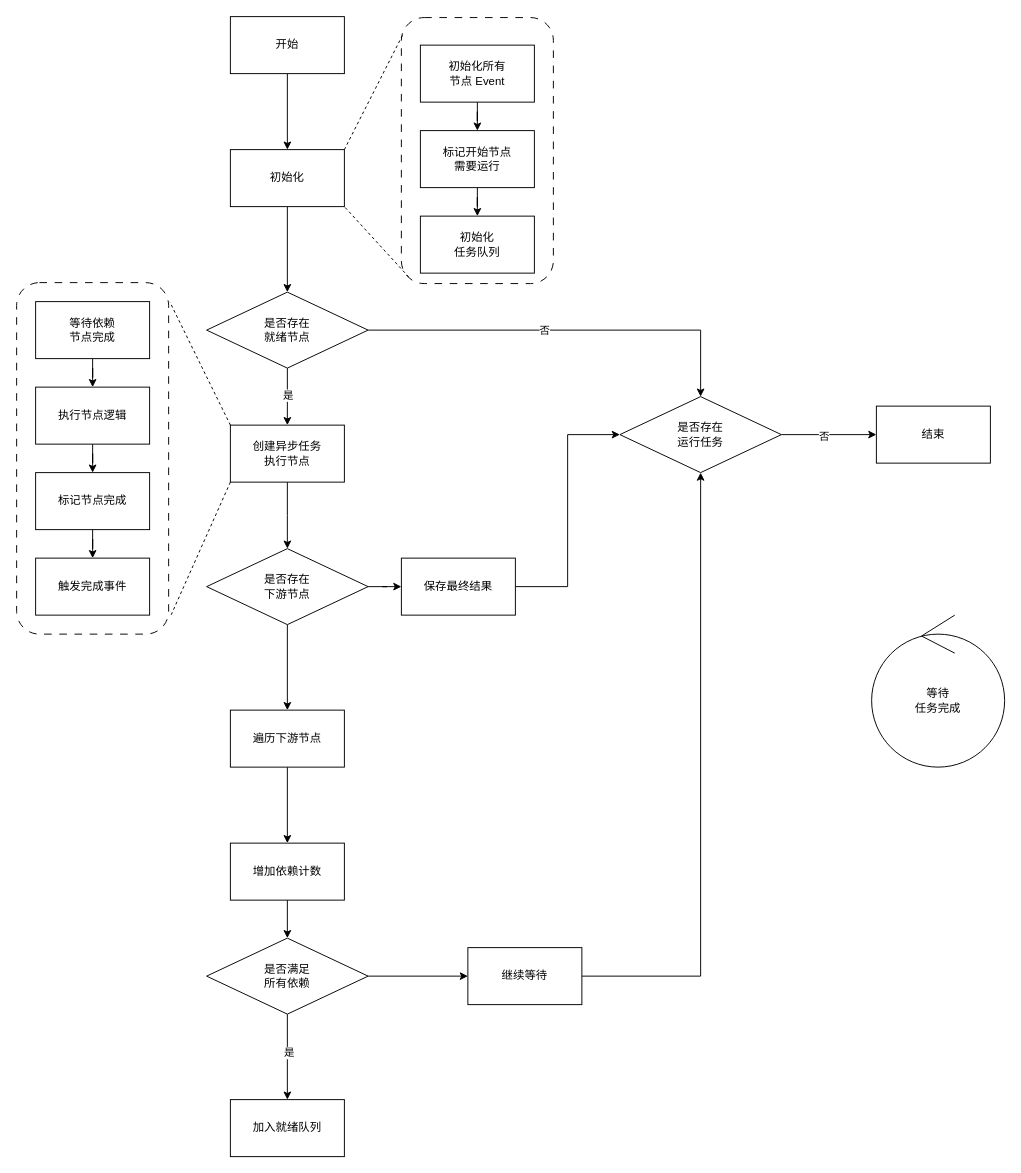
Earlier version of the draw.io diagram ED-BFS算法.drawio (huaxiaojilzg/workflow_draw). Source tidied: cells renumbered, new cells numbered last; positions are measured from the earlier drawing's top-left corner, leaving out a move shared by most shapes. Both pictures are drawn from the tidied source at 95%, with x=0, y=0 at pixel (16, 16).
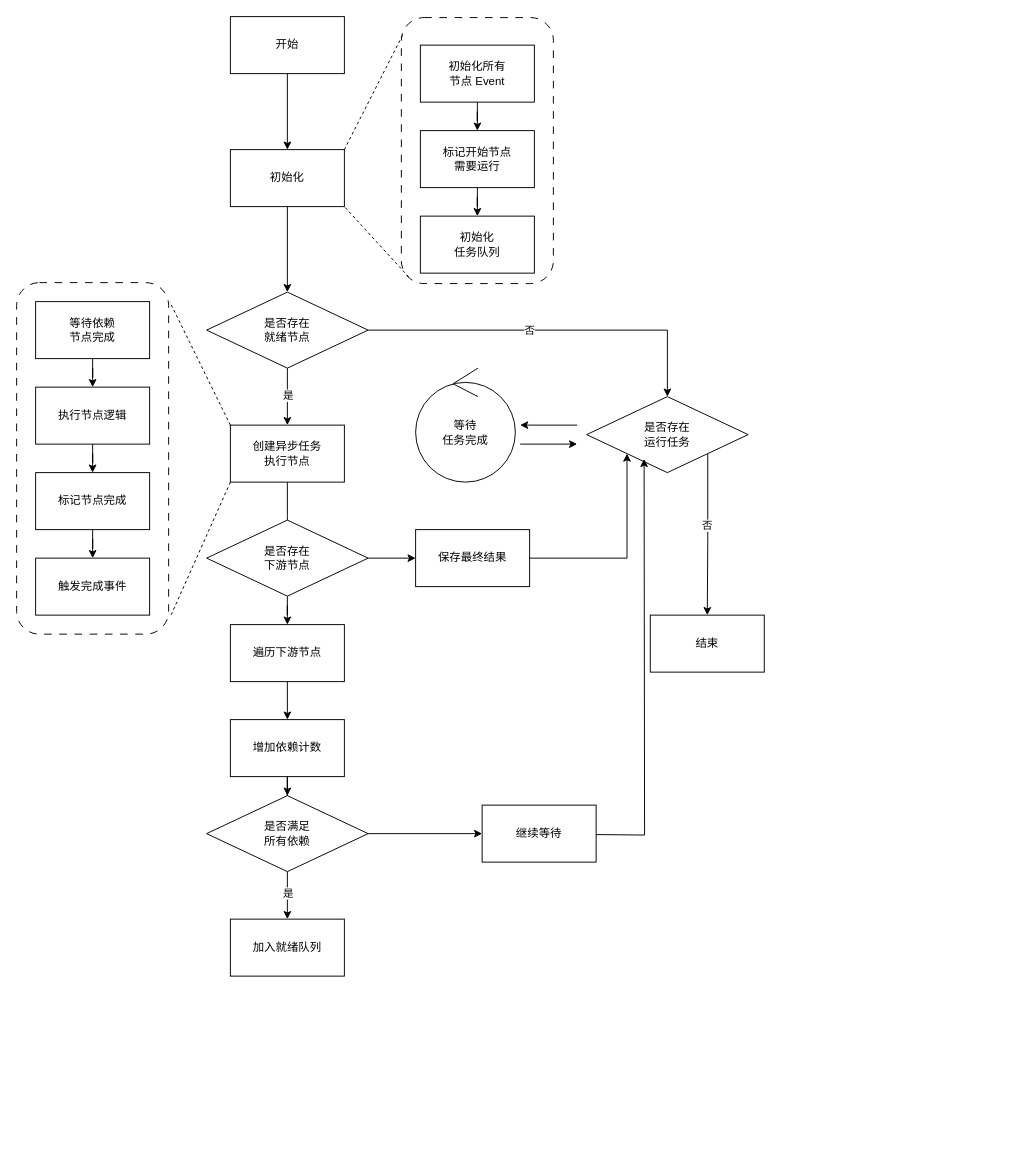
The same diagram, later.

The change refers to these unchanged cells:
```xml
<mxCell id="46" style="edgeStyle=orthogonalEdgeStyle;rounded=0;jettySize=auto;html=1;" parent="1" edge="1" source="49" target="50">
  <mxGeometry relative="1" as="geometry" />
</mxCell>
```

Diff of the diagram source:
```diff
@@
-    <mxCell id="11" style="edgeStyle=orthogonalEdgeStyle;rounded=0;jettySize=auto;html=1;" parent="1" edge="1" source="13" target="14">
+    <mxCell id="11" style="edgeStyle=orthogonalEdgeStyle;rounded=0;jettySize=auto;html=1;exitX=1;exitY=1;exitDx=0;exitDy=0;" parent="1" edge="1" source="13" target="14">
       <mxGeometry relative="1" as="geometry" />
     </mxCell>
@@
     <mxCell id="13" value="是否存在&lt;div&gt;运行任务&lt;/div&gt;" style="rhombus;whiteSpace=wrap;html=1;rounded=0;" parent="1" vertex="1">
-      <mxGeometry x="635" y="400" width="170" height="80" as="geometry" />
+      <mxGeometry x="600" y="400" width="170" height="80" as="geometry" />
     </mxCell>
     <mxCell id="14" value="结束" style="whiteSpace=wrap;html=1;rounded=0;" parent="1" vertex="1">
-      <mxGeometry x="905" y="410" width="120" height="60" as="geometry" />
+      <mxGeometry x="667" y="630" width="120" height="60" as="geometry" />
     </mxCell>
@@
     <mxCell id="37" value="是否存在&lt;div&gt;下游节点&lt;/div&gt;" style="rhombus;whiteSpace=wrap;html=1;rounded=0;" parent="1" vertex="1">
-      <mxGeometry x="200" y="560" width="170" height="80" as="geometry" />
+      <mxGeometry x="200" y="530" width="170" height="80" as="geometry" />
     </mxCell>
@@
     <mxCell id="41" value="遍历下游节点" style="whiteSpace=wrap;html=1;rounded=0;" parent="1" vertex="1">
-      <mxGeometry x="225" y="730" width="120" height="60" as="geometry" />
+      <mxGeometry x="225" y="640" width="120" height="60" as="geometry" />
     </mxCell>
-    <mxCell id="42" style="edgeStyle=orthogonalEdgeStyle;rounded=0;jettySize=auto;html=1;exitX=1;exitY=0.5;exitDx=0;exitDy=0;entryX=0;entryY=0.5;entryDx=0;entryDy=0;" parent="1" edge="1" source="43" target="13">
+    <mxCell id="42" style="edgeStyle=orthogonalEdgeStyle;rounded=0;jettySize=auto;html=1;exitX=1;exitY=0.5;exitDx=0;exitDy=0;entryX=0;entryY=1;entryDx=0;entryDy=0;" parent="1" edge="1" source="43" target="13">
       <mxGeometry relative="1" as="geometry" />
     </mxCell>
     <mxCell id="43" value="保存最终结果" style="whiteSpace=wrap;html=1;rounded=0;" parent="1" vertex="1">
-      <mxGeometry x="405" y="570" width="120" height="60" as="geometry" />
+      <mxGeometry x="420" y="540" width="120" height="60" as="geometry" />
     </mxCell>
@@
     <mxCell id="45" value="增加依赖计数" style="whiteSpace=wrap;html=1;rounded=0;" parent="1" vertex="1">
-      <mxGeometry x="225" y="870" width="120" height="60" as="geometry" />
+      <mxGeometry x="225" y="740" width="120" height="60" as="geometry" />
     </mxCell>
@@
     <mxCell id="47" value="是" style="edgeLabel;html=1;align=center;verticalAlign=middle;" parent="46" vertex="1">
-      <mxGeometry x="-0.11" y="1" relative="1" as="geometry" />
+      <mxGeometry x="-0.11" y="1" relative="1" as="geometry">
+        <mxPoint x="-1" as="offset" />
+      </mxGeometry>
     </mxCell>
@@
     <mxCell id="49" value="是否满足&lt;br&gt;所有依赖" style="rhombus;whiteSpace=wrap;html=1;rounded=0;" parent="1" vertex="1">
-      <mxGeometry x="200" y="970" width="170" height="80" as="geometry" />
+      <mxGeometry x="200" y="820" width="170" height="80" as="geometry" />
     </mxCell>
     <mxCell id="50" value="加入就绪队列" style="whiteSpace=wrap;html=1;rounded=0;" parent="1" vertex="1">
-      <mxGeometry x="225" y="1140" width="120" height="60" as="geometry" />
+      <mxGeometry x="225" y="950" width="120" height="60" as="geometry" />
     </mxCell>
-    <mxCell id="51" style="edgeStyle=orthogonalEdgeStyle;rounded=0;jettySize=auto;html=1;exitX=1;exitY=0.5;exitDx=0;exitDy=0;entryX=0.5;entryY=1;entryDx=0;entryDy=0;" parent="1" edge="1" source="52" target="13">
-      <mxGeometry relative="1" as="geometry" />
-    </mxCell>
     <mxCell id="52" value="继续等待" style="whiteSpace=wrap;html=1;rounded=0;" parent="1" vertex="1">
-      <mxGeometry x="475" y="980" width="120" height="60" as="geometry" />
+      <mxGeometry x="490" y="830" width="120" height="60" as="geometry" />
     </mxCell>
     <mxCell id="53" value="等待&lt;div&gt;任务完成&lt;/div&gt;" style="ellipse;shape=umlControl;whiteSpace=wrap;html=1;" parent="1" vertex="1">
-      <mxGeometry x="900" y="630" width="140" height="160" as="geometry" />
+      <mxGeometry x="420" y="370" width="105" height="120" as="geometry" />
     </mxCell>
+    <mxCell id="54" style="edgeStyle=orthogonalEdgeStyle;rounded=0;orthogonalLoop=1;jettySize=auto;html=1;exitX=0.5;exitY=1;exitDx=0;exitDy=0;" parent="1" edge="1" source="43" target="43">
+      <mxGeometry relative="1" as="geometry" />
+    </mxCell>
+    <mxCell id="55" style="edgeStyle=orthogonalEdgeStyle;rounded=0;orthogonalLoop=1;jettySize=auto;html=1;exitX=1;exitY=0.5;exitDx=0;exitDy=0;entryX=0.356;entryY=0.808;entryDx=0;entryDy=0;entryPerimeter=0;" parent="1" edge="1">
+      <mxGeometry relative="1" as="geometry">
+        <mxPoint x="610" y="861" as="sourcePoint" />
+        <mxPoint x="660.5" y="465.6" as="targetPoint" />
+      </mxGeometry>
+    </mxCell>
+    <mxCell id="56" style="group;" parent="1" vertex="1">
+      <mxGeometry x="530" y="430" width="60" height="20" as="geometry" />
+    </mxCell>
+    <mxCell id="57" style="endArrow=classic;html=1;rounded=0;" parent="56" edge="1">
+      <mxGeometry relative="1" as="geometry">
+        <mxPoint x="60" as="sourcePoint" />
+        <mxPoint as="targetPoint" />
+      </mxGeometry>
+    </mxCell>
+    <mxCell id="58" style="endArrow=classic;html=1;rounded=0;" parent="56" edge="1">
+      <mxGeometry relative="1" as="geometry">
+        <mxPoint y="20" as="sourcePoint" />
+        <mxPoint x="60" y="20" as="targetPoint" />
+      </mxGeometry>
+    </mxCell>
```
